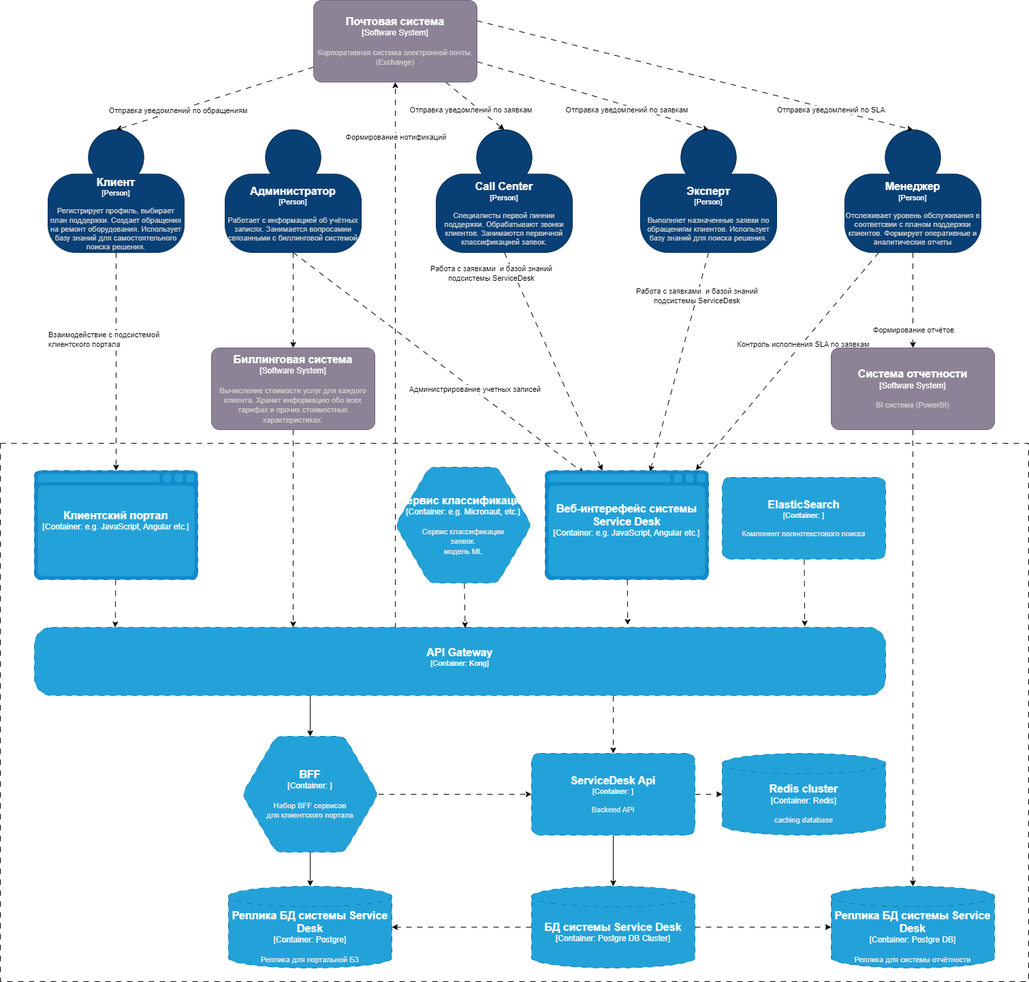
Earlier version of the draw.io export diagrams/C4-container.drawio.png (misterpavelbak/otus-arch-course). Source tidied: cells renumbered, new cells last; positions are measured from the earlier drawing's top-left corner, leaving out a move shared by most shapes.
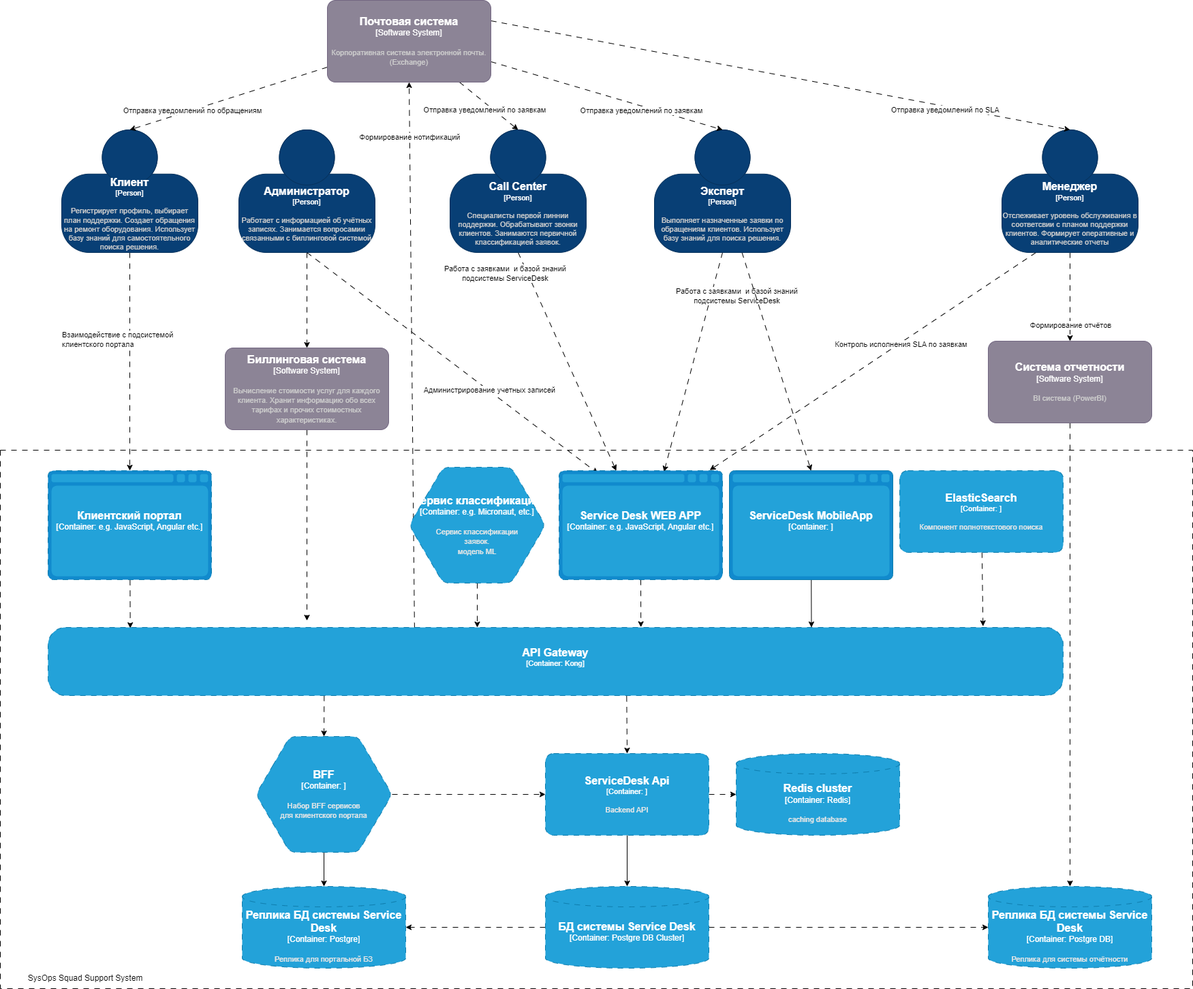
The same file after the commit.

Commit message:
upd container diag

Diff of the diagram source:
```diff
@@ -2,8 +2,8 @@
   <root>
     <mxCell id="0" />
     <mxCell id="1" parent="0" />
-    <mxCell id="2" style="whiteSpace=wrap;html=1;dashed=1;dashPattern=8 8;fillColor=none;" parent="1" vertex="1">
-      <mxGeometry y="650" width="1510" height="790" as="geometry" />
+    <mxCell id="2" style="whiteSpace=wrap;html=1;dashed=1;dashPattern=8 8;fillColor=none;align=left;" parent="1" vertex="1">
+      <mxGeometry x="-20" y="660" width="1750" height="790" as="geometry" />
     </mxCell>
     <mxCell id="3" style="edgeStyle=none;html=1;exitX=0.5;exitY=1;exitDx=0;exitDy=0;exitPerimeter=0;entryX=0.5;entryY=0;entryDx=0;entryDy=0;entryPerimeter=0;dashed=1;dashPattern=8 8;" parent="1" edge="1" source="5" target="39">
       <mxGeometry relative="1" as="geometry" />
@@ -18,7 +18,7 @@
         <mxGeometry x="70" y="190" width="200" height="180" as="geometry" />
       </mxCell>
     </object>
-    <mxCell id="6" style="edgeStyle=none;html=1;entryX=0.5;entryY=1;entryDx=0;entryDy=0;entryPerimeter=0;dashed=1;dashPattern=8 8;exitX=0.424;exitY=0.017;exitDx=0;exitDy=0;exitPerimeter=0;" parent="1" edge="1" source="44" target="28">
+    <mxCell id="6" style="edgeStyle=none;html=1;entryX=0.5;entryY=1;entryDx=0;entryDy=0;entryPerimeter=0;dashed=1;dashPattern=8 8;exitX=0.361;exitY=0.011;exitDx=0;exitDy=0;exitPerimeter=0;" parent="1" edge="1" source="44" target="28">
       <mxGeometry relative="1" as="geometry" />
     </mxCell>
     <mxCell id="7" style="edgeStyle=none;html=1;dashed=1;dashPattern=8 8;exitX=0.5;exitY=1;exitDx=0;exitDy=0;exitPerimeter=0;entryX=0.238;entryY=0.025;entryDx=0;entryDy=0;entryPerimeter=0;" parent="1" edge="1" source="10" target="41">
@@ -51,7 +51,7 @@
     </mxCell>
     <object id="15" label="&lt;font style=&quot;font-size: 16px&quot;&gt;&lt;b&gt;%c4Name%&lt;/b&gt;&lt;/font&gt;&lt;div&gt;[%c4Type%]&lt;/div&gt;&lt;br&gt;&lt;div&gt;&lt;font style=&quot;font-size: 11px&quot;&gt;&lt;font color=&quot;#cccccc&quot;&gt;%c4Description%&lt;/font&gt;&lt;/div&gt;" c4Description="Отслеживает уровень обслуживания в соответсвии с планом поддержки клиентов.  Формирует оперативные и аналитические отчеты" c4Name="Менеджер" c4Type="Person" placeholders="1">
       <mxCell style="html=1;fontSize=11;dashed=0;whiteSpace=wrap;fillColor=#083F75;strokeColor=#06315C;fontColor=#ffffff;shape=mxgraph.c4.person2;align=center;points=[[0.5,0,0],[1,0.5,0],[1,0.75,0],[0.75,1,0],[0.5,1,0],[0.25,1,0],[0,0.75,0],[0,0.5,0]];" parent="1" vertex="1">
-        <mxGeometry x="1240" y="190" width="200" height="180" as="geometry" />
+        <mxGeometry x="1450" y="190" width="200" height="180" as="geometry" />
       </mxCell>
     </object>
     <mxCell id="16" style="edgeStyle=none;html=1;exitX=0.5;exitY=1;exitDx=0;exitDy=0;exitPerimeter=0;dashed=1;dashPattern=8 8;entryX=0.642;entryY=0.01;entryDx=0;entryDy=0;entryPerimeter=0;" parent="1" edge="1" source="18" target="41">
@@ -59,9 +59,12 @@
     </mxCell>
     <mxCell id="17" value="Работа с заявками&amp;nbsp; и базой знаний &lt;br&gt;подсистемы ServiceDesk" style="edgeLabel;html=1;align=center;verticalAlign=middle;" parent="16" vertex="1">
       <mxGeometry x="-0.62" y="-2" relative="1" as="geometry">
-        <mxPoint y="2" as="offset" />
+        <mxPoint x="38" y="2" as="offset" />
       </mxGeometry>
     </mxCell>
+    <mxCell id="61" style="edgeStyle=none;html=1;entryX=0.5;entryY=0;entryDx=0;entryDy=0;entryPerimeter=0;dashed=1;dashPattern=8 8;" parent="1" edge="1" source="18" target="64">
+      <mxGeometry relative="1" as="geometry" />
+    </mxCell>
     <object id="18" label="&lt;font style=&quot;font-size: 16px&quot;&gt;&lt;b&gt;%c4Name%&lt;/b&gt;&lt;/font&gt;&lt;div&gt;[%c4Type%]&lt;/div&gt;&lt;br&gt;&lt;div&gt;&lt;font style=&quot;font-size: 11px&quot;&gt;&lt;font color=&quot;#cccccc&quot;&gt;%c4Description%&lt;/font&gt;&lt;/div&gt;" c4Description="Выполняет назначенные заявки по обращениям клиентов. Использует базу знаний для поиска решения." c4Name="Эксперт" c4Type="Person" placeholders="1">
       <mxCell style="html=1;fontSize=11;dashed=0;whiteSpace=wrap;fillColor=#083F75;strokeColor=#06315C;fontColor=#ffffff;shape=mxgraph.c4.person2;align=center;points=[[0.5,0,0],[1,0.5,0],[1,0.75,0],[0.75,1,0],[0.5,1,0],[0.25,1,0],[0,0.75,0],[0,0.5,0]];" parent="1" vertex="1">
         <mxGeometry x="940" y="190" width="200" height="180" as="geometry" />
@@ -105,8 +108,10 @@
         <mxGeometry x="460" width="240" height="120" as="geometry" />
       </mxCell>
     </object>
-    <mxCell id="29" style="edgeStyle=none;html=1;entryX=0.304;entryY=0;entryDx=0;entryDy=0;entryPerimeter=0;dashed=1;dashPattern=8 8;" parent="1" edge="1" source="30" target="44">
-      <mxGeometry relative="1" as="geometry" />
+    <mxCell id="29" style="edgeStyle=none;html=1;dashed=1;dashPattern=8 8;" parent="1" edge="1" source="30">
+      <mxGeometry relative="1" as="geometry">
+        <mxPoint x="430" y="910" as="targetPoint" />
+      </mxGeometry>
     </mxCell>
     <object id="30" label="&lt;font style=&quot;font-size: 16px&quot;&gt;&lt;b&gt;%c4Name%&lt;/b&gt;&lt;/font&gt;&lt;div&gt;[%c4Type%]&lt;/div&gt;&lt;br&gt;&lt;div&gt;&lt;font style=&quot;font-size: 11px&quot;&gt;&lt;font color=&quot;#cccccc&quot;&gt;%c4Description%&lt;/font&gt;&lt;/div&gt;" c4Description="Вычисление стоимости услуг для каждого клиента. Хранит информацию обо всех тарифах и прочих стоимостных характеристиках." c4Name="Биллинговая система" c4Type="Software System" placeholders="1">
       <mxCell style="rounded=1;whiteSpace=wrap;html=1;labelBackgroundColor=none;fillColor=#8C8496;fontColor=#ffffff;align=center;arcSize=10;strokeColor=#736782;points=[[0.25,0,0],[0.5,0,0],[0.75,0,0],[1,0.25,0],[1,0.5,0],[1,0.75,0],[0.75,1,0],[0.5,1,0],[0.25,1,0],[0,0.75,0],[0,0.5,0],[0,0.25,0]];" parent="1" vertex="1">
@@ -118,7 +123,7 @@
     </mxCell>
     <object id="32" label="&lt;font style=&quot;font-size: 16px&quot;&gt;&lt;b&gt;%c4Name%&lt;/b&gt;&lt;/font&gt;&lt;div&gt;[%c4Type%]&lt;/div&gt;&lt;br&gt;&lt;div&gt;&lt;font style=&quot;font-size: 11px&quot;&gt;&lt;font color=&quot;#cccccc&quot;&gt;%c4Description%&lt;/font&gt;&lt;/div&gt;" c4Description="BI cистема (PowerBI)" c4Name="Система отчетности" c4Type="Software System" placeholders="1">
       <mxCell style="rounded=1;whiteSpace=wrap;html=1;labelBackgroundColor=none;fillColor=#8C8496;fontColor=#ffffff;align=center;arcSize=10;strokeColor=#736782;points=[[0.25,0,0],[0.5,0,0],[0.75,0,0],[1,0.25,0],[1,0.5,0],[1,0.75,0],[0.75,1,0],[0.5,1,0],[0.25,1,0],[0,0.75,0],[0,0.5,0],[0,0.25,0]];" parent="1" vertex="1">
-        <mxGeometry x="1220" y="510" width="240" height="120" as="geometry" />
+        <mxGeometry x="1430" y="500" width="240" height="120" as="geometry" />
       </mxCell>
     </object>
     <mxCell id="33" style="edgeStyle=none;html=1;dashed=1;dashPattern=8 8;exitX=0.5;exitY=1;exitDx=0;exitDy=0;exitPerimeter=0;" parent="1" edge="1" source="34" target="41">
@@ -138,7 +143,7 @@
     <mxCell id="37" value="Формирование нотификаций" style="edgeLabel;html=1;align=center;verticalAlign=middle;" parent="1" vertex="1">
       <mxGeometry x="580" y="200" as="geometry" />
     </mxCell>
-    <mxCell id="38" style="edgeStyle=none;html=1;entryX=0.095;entryY=0.002;entryDx=0;entryDy=0;entryPerimeter=0;dashed=1;dashPattern=8 8;" parent="1" edge="1" source="39" target="44">
+    <mxCell id="38" style="edgeStyle=none;html=1;entryX=0.081;entryY=0.011;entryDx=0;entryDy=0;entryPerimeter=0;dashed=1;dashPattern=8 8;" parent="1" edge="1" source="39" target="44">
       <mxGeometry relative="1" as="geometry" />
     </mxCell>
     <object id="39" label="&lt;font style=&quot;font-size: 16px&quot;&gt;&lt;b&gt;%c4Type%&lt;/b&gt;&lt;/font&gt;&lt;div&gt;[%c4Container%:&amp;nbsp;%c4Technology%]&lt;/div&gt;&lt;br&gt;&lt;div&gt;&lt;font style=&quot;font-size: 11px&quot;&gt;&lt;font color=&quot;#E6E6E6&quot;&gt;%c4Description%&lt;/font&gt;&lt;/div&gt;" c4Container="Container" c4Description="" c4Technology="e.g. JavaScript, Angular etc." c4Type="Клиентский портал" placeholders="1">
@@ -146,23 +151,23 @@
         <mxGeometry x="50" y="690" width="240" height="160" as="geometry" />
       </mxCell>
     </object>
-    <mxCell id="40" style="edgeStyle=none;html=1;entryX=0.697;entryY=-0.036;entryDx=0;entryDy=0;entryPerimeter=0;dashed=1;dashPattern=8 8;" parent="1" edge="1" source="41" target="44">
+    <mxCell id="40" style="edgeStyle=none;html=1;entryX=0.584;entryY=-0.004;entryDx=0;entryDy=0;entryPerimeter=0;dashed=1;dashPattern=8 8;exitX=0.5;exitY=1;exitDx=0;exitDy=0;exitPerimeter=0;" parent="1" edge="1" source="41" target="44">
       <mxGeometry relative="1" as="geometry" />
     </mxCell>
-    <object id="41" label="&lt;font style=&quot;font-size: 16px&quot;&gt;&lt;b&gt;%c4Type%&lt;/b&gt;&lt;/font&gt;&lt;div&gt;[%c4Container%:&amp;nbsp;%c4Technology%]&lt;/div&gt;&lt;br&gt;&lt;div&gt;&lt;font style=&quot;font-size: 11px&quot;&gt;&lt;font color=&quot;#E6E6E6&quot;&gt;%c4Description%&lt;/font&gt;&lt;/div&gt;" c4Container="Container" c4Description="" c4Technology="e.g. JavaScript, Angular etc." c4Type="Веб-интерефейс системы Service Desk" placeholders="1">
+    <object id="41" label="&lt;font style=&quot;font-size: 16px&quot;&gt;&lt;b&gt;%c4Type%&lt;/b&gt;&lt;/font&gt;&lt;div&gt;[%c4Container%:&amp;nbsp;%c4Technology%]&lt;/div&gt;&lt;br&gt;&lt;div&gt;&lt;font style=&quot;font-size: 11px&quot;&gt;&lt;font color=&quot;#E6E6E6&quot;&gt;%c4Description%&lt;/font&gt;&lt;/div&gt;" c4Container="Container" c4Description="" c4Technology="e.g. JavaScript, Angular etc." c4Type="Service Desk WEB APP" placeholders="1">
       <mxCell style="shape=mxgraph.c4.webBrowserContainer2;whiteSpace=wrap;html=1;boundedLbl=1;rounded=0;labelBackgroundColor=none;strokeColor=#118ACD;fillColor=#23A2D9;strokeColor=#118ACD;strokeColor2=#0E7DAD;fontSize=12;fontColor=#ffffff;align=center;points=[[0.5,0,0],[1,0.25,0],[1,0.5,0],[1,0.75,0],[0.5,1,0],[0,0.75,0],[0,0.5,0],[0,0.25,0]];dashed=1;dashPattern=8 8;" parent="1" vertex="1">
         <mxGeometry x="800" y="690" width="240" height="160" as="geometry" />
       </mxCell>
     </object>
-    <mxCell id="42" style="edgeStyle=none;html=1;entryX=0.5;entryY=0;entryDx=0;entryDy=0;entryPerimeter=0;exitX=0.324;exitY=1;exitDx=0;exitDy=0;exitPerimeter=0;" parent="1" edge="1" source="44" target="50">
+    <mxCell id="42" style="edgeStyle=none;html=1;entryX=0.5;entryY=0;entryDx=0;entryDy=0;entryPerimeter=0;exitX=0.272;exitY=1;exitDx=0;exitDy=0;exitPerimeter=0;dashed=1;dashPattern=8 8;" parent="1" edge="1" source="44" target="50">
       <mxGeometry relative="1" as="geometry" />
     </mxCell>
-    <mxCell id="43" style="edgeStyle=none;html=1;entryX=0.5;entryY=0;entryDx=0;entryDy=0;entryPerimeter=0;dashed=1;dashPattern=8 8;exitX=0.68;exitY=1.008;exitDx=0;exitDy=0;exitPerimeter=0;" parent="1" edge="1" source="44" target="53">
+    <mxCell id="43" style="edgeStyle=none;html=1;entryX=0.5;entryY=0;entryDx=0;entryDy=0;entryPerimeter=0;dashed=1;dashPattern=8 8;exitX=0.57;exitY=1.008;exitDx=0;exitDy=0;exitPerimeter=0;" parent="1" edge="1" source="44" target="53">
       <mxGeometry relative="1" as="geometry" />
     </mxCell>
     <object id="44" label="&lt;font style=&quot;font-size: 16px&quot;&gt;&lt;b&gt;%c4Name%&lt;/b&gt;&lt;/font&gt;&lt;div&gt;[%c4Type%: %c4Technology%]&lt;/div&gt;&lt;br&gt;&lt;div&gt;&lt;font style=&quot;font-size: 11px&quot;&gt;&lt;font color=&quot;#E6E6E6&quot;&gt;%c4Description%&lt;/font&gt;&lt;/div&gt;" c4Description="" c4Name="API Gateway" c4Technology="Kong" c4Type="Container" placeholders="1">
       <mxCell style="rounded=1;whiteSpace=wrap;html=1;fontSize=11;labelBackgroundColor=none;fillColor=#23A2D9;fontColor=#ffffff;align=center;arcSize=26;strokeColor=#0E7DAD;points=[[0.25,0,0],[0.5,0,0],[0.75,0,0],[1,0.25,0],[1,0.5,0],[1,0.75,0],[0.75,1,0],[0.5,1,0],[0.25,1,0],[0,0.75,0],[0,0.5,0],[0,0.25,0]];dashed=1;dashPattern=8 8;imageWidth=24;rotation=0;" parent="1" vertex="1">
-        <mxGeometry x="50" y="920" width="1250" height="100" as="geometry" />
+        <mxGeometry x="50" y="920" width="1490" height="100" as="geometry" />
       </mxCell>
     </object>
     <mxCell id="45" style="edgeStyle=none;html=1;dashed=1;dashPattern=8 8;" parent="1" edge="1" source="47" target="54">
@@ -205,11 +210,13 @@
     </object>
     <object id="55" label="&lt;font style=&quot;font-size: 16px&quot;&gt;&lt;b&gt;%c4Type%&lt;/b&gt;&lt;/font&gt;&lt;div&gt;[%c4Container%:&amp;nbsp;%c4Technology%]&lt;/div&gt;&lt;br&gt;&lt;div&gt;&lt;font style=&quot;font-size: 11px&quot;&gt;&lt;font color=&quot;#E6E6E6&quot;&gt;%c4Description%&lt;/font&gt;&lt;/div&gt;" c4Container="Container" c4Description="Реплика для системы отчётности" c4Technology="Postgre DB" c4Type="Реплика БД системы Service Desk" placeholders="1">
       <mxCell style="shape=cylinder3;size=15;whiteSpace=wrap;html=1;boundedLbl=1;rounded=0;labelBackgroundColor=none;fillColor=#23A2D9;fontSize=12;fontColor=#ffffff;align=center;strokeColor=#0E7DAD;points=[[0.5,0,0],[1,0.25,0],[1,0.5,0],[1,0.75,0],[0.5,1,0],[0,0.75,0],[0,0.5,0],[0,0.25,0]];dashed=1;dashPattern=8 8;" parent="1" vertex="1">
-        <mxGeometry x="1220" y="1300" width="240" height="120" as="geometry" />
+        <mxGeometry x="1430" y="1300" width="240" height="120" as="geometry" />
       </mxCell>
     </object>
-    <mxCell id="56" style="edgeStyle=none;html=1;entryX=0.506;entryY=0.01;entryDx=0;entryDy=0;entryPerimeter=0;dashed=1;dashPattern=8 8;" parent="1" edge="1" source="57" target="44">
-      <mxGeometry relative="1" as="geometry" />
+    <mxCell id="56" style="edgeStyle=none;html=1;dashed=1;dashPattern=8 8;exitX=0.5;exitY=1;exitDx=0;exitDy=0;exitPerimeter=0;" parent="1" edge="1" source="57">
+      <mxGeometry relative="1" as="geometry">
+        <mxPoint x="680" y="920" as="targetPoint" />
+      </mxGeometry>
     </mxCell>
     <object id="57" label="&lt;font style=&quot;font-size: 16px&quot;&gt;&lt;b&gt;%c4Type%&lt;/b&gt;&lt;/font&gt;&lt;div&gt;[%c4Container%:&amp;nbsp;%c4Technology%]&lt;/div&gt;&lt;br&gt;&lt;div&gt;&lt;font style=&quot;font-size: 11px&quot;&gt;&lt;font color=&quot;#E6E6E6&quot;&gt;%c4Description%&lt;/font&gt;&lt;/div&gt;" c4Container="Container" c4Description="Сервис классификации&#10; заявок.&#10;модель ML" c4Technology="e.g. Micronaut, etc." c4Type="Сервис классификации" placeholders="1">
       <mxCell style="shape=hexagon;size=50;perimeter=hexagonPerimeter2;whiteSpace=wrap;html=1;fixedSize=1;rounded=1;labelBackgroundColor=none;fillColor=#23A2D9;fontSize=12;fontColor=#ffffff;align=center;strokeColor=#0E7DAD;points=[[0.5,0,0],[1,0.25,0],[1,0.5,0],[1,0.75,0],[0.5,1,0],[0,0.75,0],[0,0.5,0],[0,0.25,0]];dashed=1;dashPattern=8 8;" parent="1" vertex="1">
@@ -221,13 +228,24 @@
         <mxGeometry x="1060" y="1105" width="240" height="120" as="geometry" />
       </mxCell>
     </object>
-    <mxCell id="59" style="edgeStyle=none;html=1;entryX=0.905;entryY=-0.013;entryDx=0;entryDy=0;entryPerimeter=0;dashed=1;dashPattern=8 8;" parent="1" edge="1" source="60" target="44">
+    <mxCell id="59" style="edgeStyle=none;html=1;entryX=0.921;entryY=-0.018;entryDx=0;entryDy=0;entryPerimeter=0;dashed=1;dashPattern=8 8;" parent="1" edge="1" source="60" target="44">
       <mxGeometry relative="1" as="geometry" />
     </mxCell>
     <object id="60" label="&lt;font style=&quot;font-size: 16px&quot;&gt;&lt;b&gt;%c4Name%&lt;/b&gt;&lt;/font&gt;&lt;div&gt;[%c4Type%: %c4Technology%]&lt;/div&gt;&lt;br&gt;&lt;div&gt;&lt;font style=&quot;font-size: 11px&quot;&gt;&lt;font color=&quot;#E6E6E6&quot;&gt;%c4Description%&lt;/font&gt;&lt;/div&gt;" c4Description="Компонент полнотекстового поиска " c4Name="ElasticSearch" c4Technology="" c4Type="Container" placeholders="1">
       <mxCell style="rounded=1;whiteSpace=wrap;html=1;fontSize=11;labelBackgroundColor=none;fillColor=#23A2D9;fontColor=#ffffff;align=center;arcSize=10;strokeColor=#0E7DAD;points=[[0.25,0,0],[0.5,0,0],[0.75,0,0],[1,0.25,0],[1,0.5,0],[1,0.75,0],[0.75,1,0],[0.5,1,0],[0.25,1,0],[0,0.75,0],[0,0.5,0],[0,0.25,0]];dashed=1;dashPattern=8 8;" parent="1" vertex="1">
-        <mxGeometry x="1060" y="700" width="240" height="120" as="geometry" />
+        <mxGeometry x="1300" y="690" width="240" height="120" as="geometry" />
       </mxCell>
     </object>
+    <mxCell id="62" value="SysOps Squad Support System" style="text;strokeColor=none;align=center;fillColor=none;html=1;verticalAlign=middle;whiteSpace=wrap;rounded=0;" parent="1" vertex="1">
+      <mxGeometry x="-20" y="1420" width="250" height="30" as="geometry" />
+    </mxCell>
+    <mxCell id="63" style="edgeStyle=none;html=1;entryX=0.752;entryY=0;entryDx=0;entryDy=0;entryPerimeter=0;" parent="1" edge="1" source="64" target="44">
+      <mxGeometry relative="1" as="geometry" />
+    </mxCell>
+    <object id="64" label="&lt;font style=&quot;font-size: 16px&quot;&gt;&lt;b&gt;%c4Type%&lt;/b&gt;&lt;/font&gt;&lt;div&gt;[%c4Container%:&amp;nbsp;%c4Technology%]&lt;/div&gt;&lt;br&gt;&lt;div&gt;&lt;font style=&quot;font-size: 11px&quot;&gt;&lt;font color=&quot;#E6E6E6&quot;&gt;%c4Description%&lt;/font&gt;&lt;/div&gt;" c4Container="Container" c4Description="" c4Technology="" c4Type="ServiceDesk MobileApp" placeholders="1">
+      <mxCell style="shape=mxgraph.c4.webBrowserContainer2;whiteSpace=wrap;html=1;boundedLbl=1;rounded=0;labelBackgroundColor=none;strokeColor=#118ACD;fillColor=#23A2D9;strokeColor=#118ACD;strokeColor2=#0E7DAD;fontSize=12;fontColor=#ffffff;align=center;points=[[0.5,0,0],[1,0.25,0],[1,0.5,0],[1,0.75,0],[0.5,1,0],[0,0.75,0],[0,0.5,0],[0,0.25,0]];" parent="1" vertex="1">
+        <mxGeometry x="1050" y="690" width="240" height="160" as="geometry" />
+      </mxCell>
+    </object>
   </root>
 </mxGraphModel>
```
